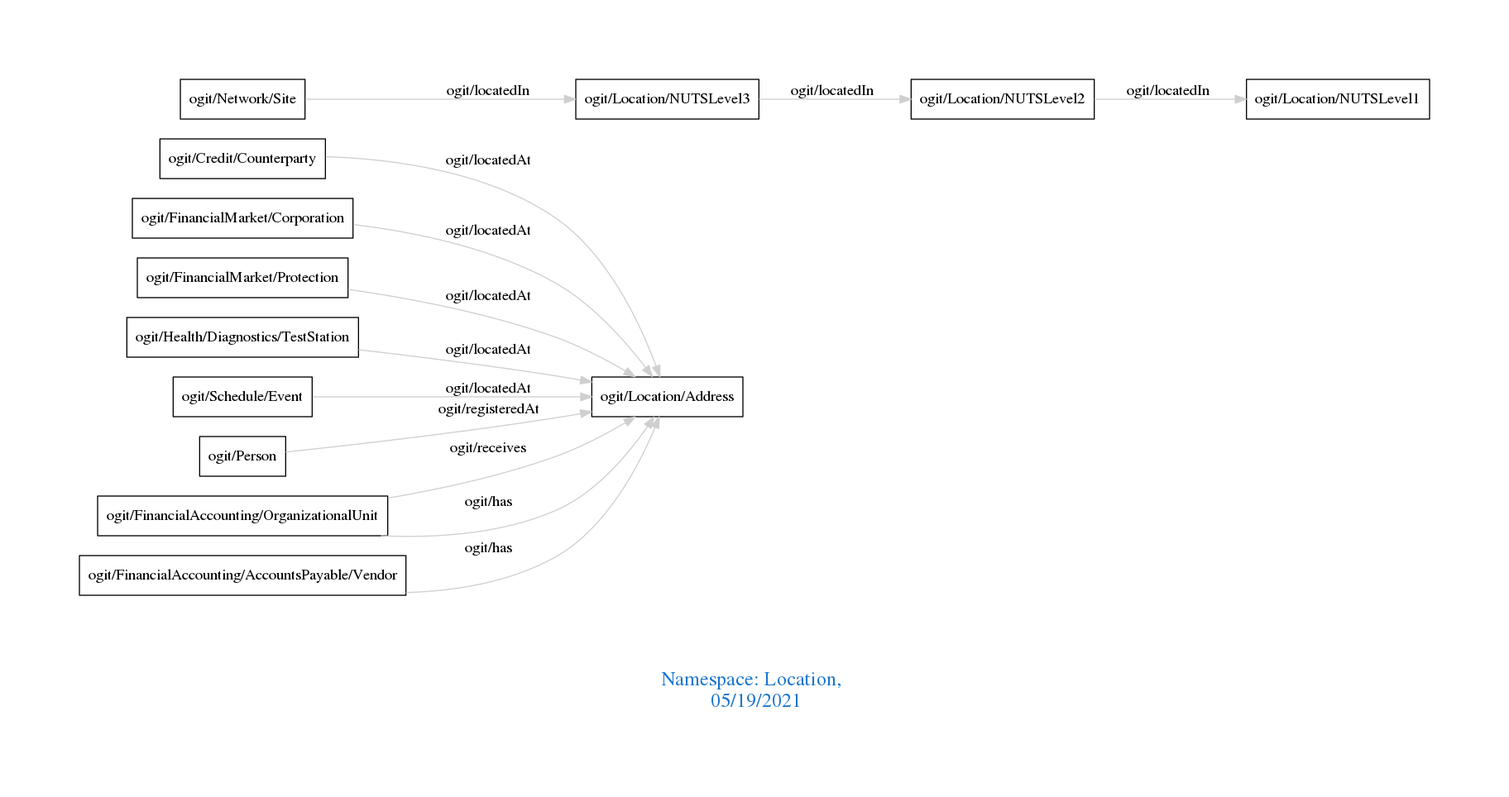
The Graphviz diagram downloads/Location.png in arago/OGIT, before a commit. Its source is kept beside it as downloads/Location.dot.
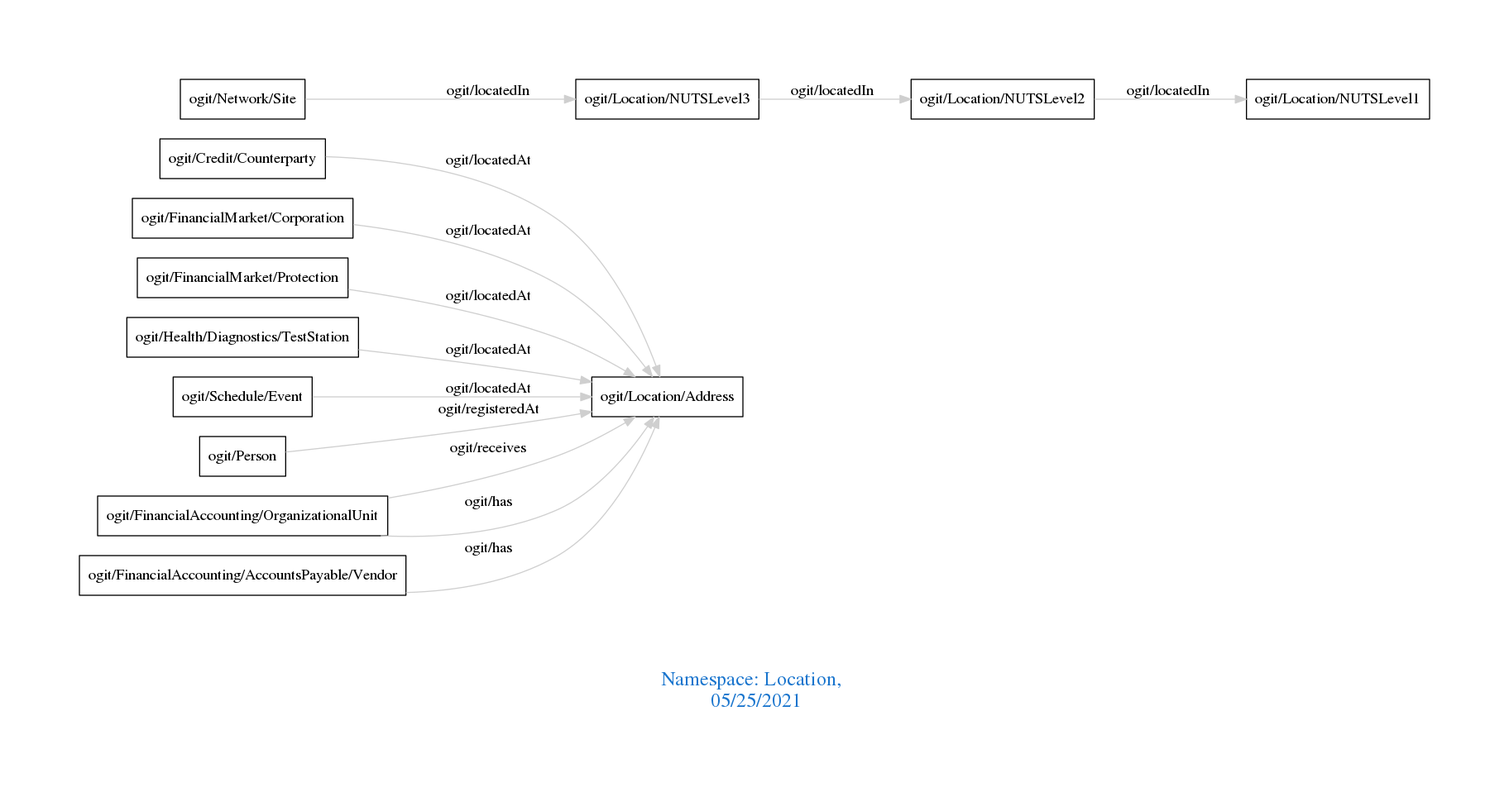
After the change.

The edit, as a diff of the source:
```diff
@@ -1,7 +1,7 @@
 digraph OGIT_ontology {
  graph [ rankdir= LR,pad=1
 fontsize = 18,
-fontcolor= dodgerblue3,label = "\n\n\nNamespace: Location, \n 05/19/2021"];
+fontcolor= dodgerblue3,label = "\n\n\nNamespace: Location, \n 05/25/2021"];
 node[shape=polygon];
 edge [  color="gray81"];
 
```
